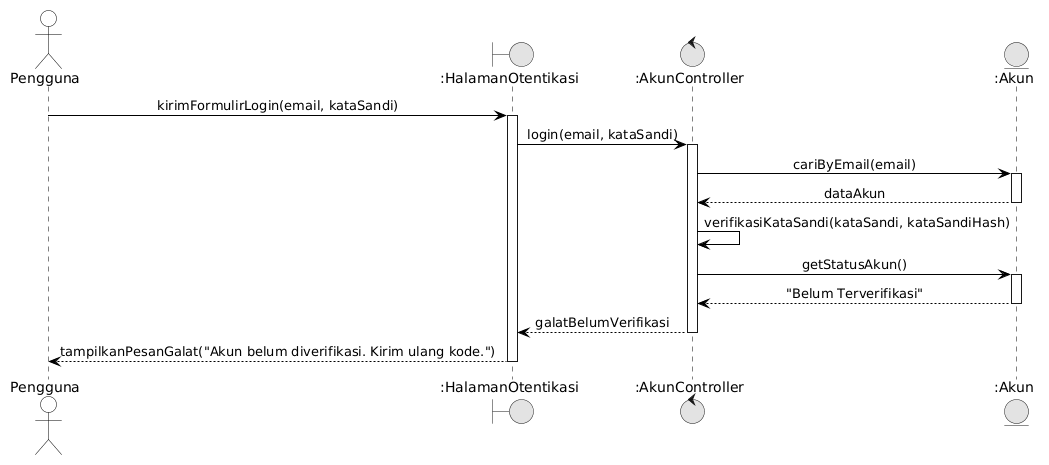
This is docs/M7/assets/diagram/Sequence_UC03_Alt2.png from ghaniyul/IF2150-RPL-K01-G02, a PlantUML export, as it was before one commit.
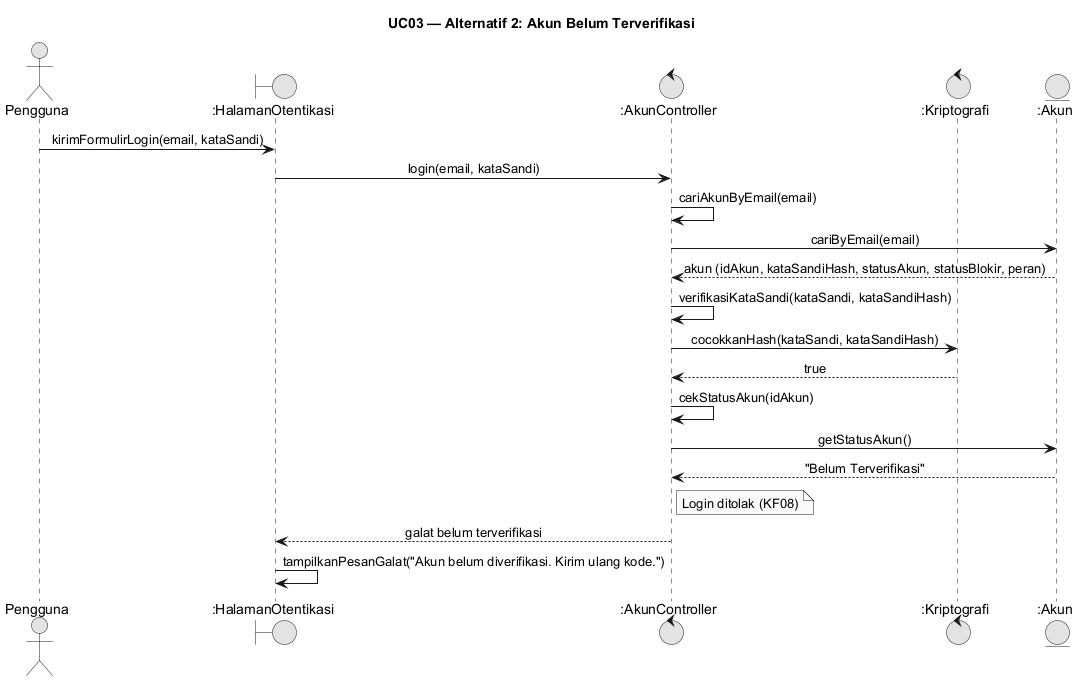
The same diagram one commit later.

What changed in the source:
```diff
@@ -4,45 +4,25 @@
 skinparam defaultFontName Arial
 skinparam sequenceMessageAlign center
 skinparam backgroundColor #FFFFFF
-
-skinparam participant {
-    BackgroundColor #FFFFFF
-    BorderColor #000000
-}
-skinparam actor {
-    BackgroundColor #FFFFFF
-    BorderColor #000000
-}
-skinparam sequence {
-    LifeLineBackgroundColor #FFFFFF
-    LifeLineBorderColor #000000
-    ArrowColor #000000
-    ActorBorderColor #000000
-    ActorBackgroundColor #FFFFFF
-    GroupBorderColor #000000
-    GroupBackgroundColor #FFFFFF
-}
-
+skinparam responseMessageBelowArrow true
+title UC03 — Alternatif 2: Akun Belum Terverifikasi
 actor "Pengguna" as User
-boundary ":HalamanOtentikasi" as UI
-control ":AkunController" as Ctrl
+boundary ":HalamanOtentikasi" as UIo
+control ":AkunController" as AC
+control ":Kriptografi" as Kr
 entity ":Akun" as Akun
-
-User -> UI: kirimFormulirLogin(email, kataSandi)
-activate UI
-UI -> Ctrl: login(email, kataSandi)
-activate Ctrl
-Ctrl -> Akun: cariByEmail(email)
-activate Akun
-Akun --> Ctrl: dataAkun
-deactivate Akun
-Ctrl -> Ctrl: verifikasiKataSandi(kataSandi, kataSandiHash)
-Ctrl -> Akun: getStatusAkun()
-activate Akun
-Akun --> Ctrl: "Belum Terverifikasi"
-deactivate Akun
-Ctrl --> UI: galatBelumVerifikasi
-deactivate Ctrl
-UI --> User: tampilkanPesanGalat("Akun belum diverifikasi. Kirim ulang kode.")
-deactivate UI
+User -> UIo: kirimFormulirLogin(email, kataSandi)
+UIo -> AC: login(email, kataSandi)
+AC -> AC: cariAkunByEmail(email)
+AC -> Akun: cariByEmail(email)
+Akun --> AC: akun (idAkun, kataSandiHash, statusAkun, statusBlokir, peran)
+AC -> AC: verifikasiKataSandi(kataSandi, kataSandiHash)
+AC -> Kr: cocokkanHash(kataSandi, kataSandiHash)
+Kr --> AC: true
+AC -> AC: cekStatusAkun(idAkun)
+AC -> Akun: getStatusAkun()
+Akun --> AC: "Belum Terverifikasi"
+note right of AC: Login ditolak (KF08)
+AC --> UIo: galat belum terverifikasi
+UIo -> UIo: tampilkanPesanGalat("Akun belum diverifikasi. Kirim ulang kode.")
 @enduml
```
